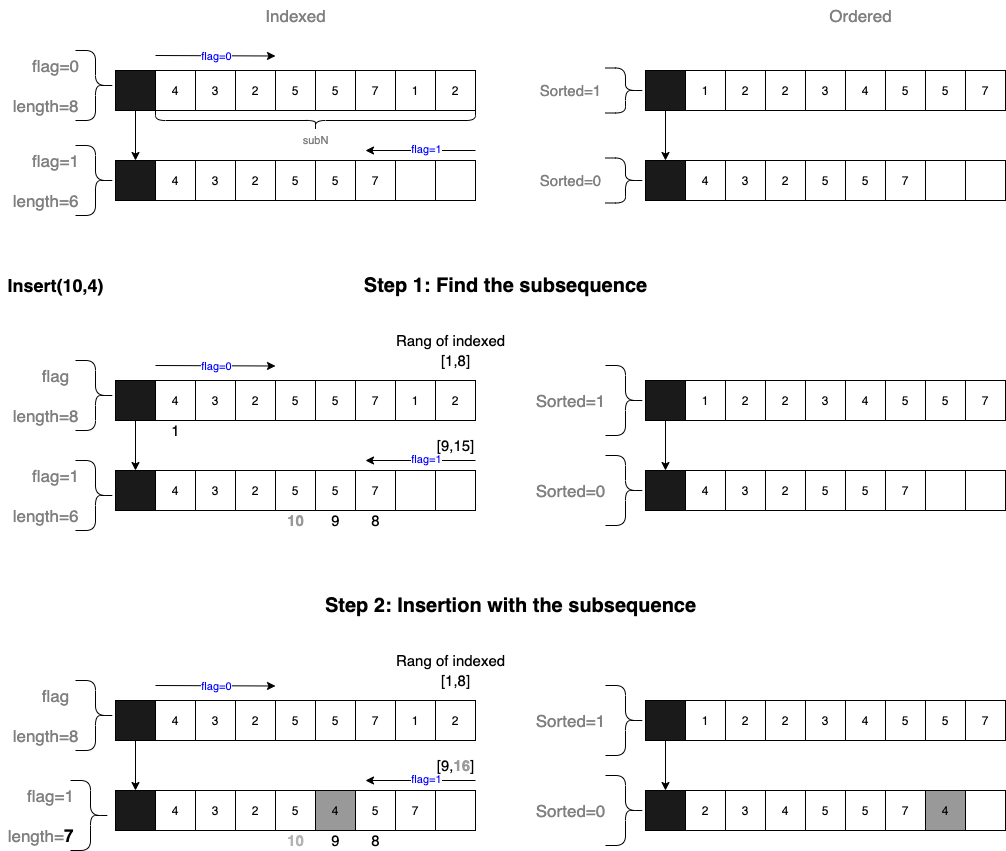
The draw.io diagram img/insert.png in stevengogogo/DSA-KLeastElement, before a commit. Source tidied: cells renumbered, new cells last; positions are measured from the earlier drawing's top-left corner, leaving out a move shared by most shapes.
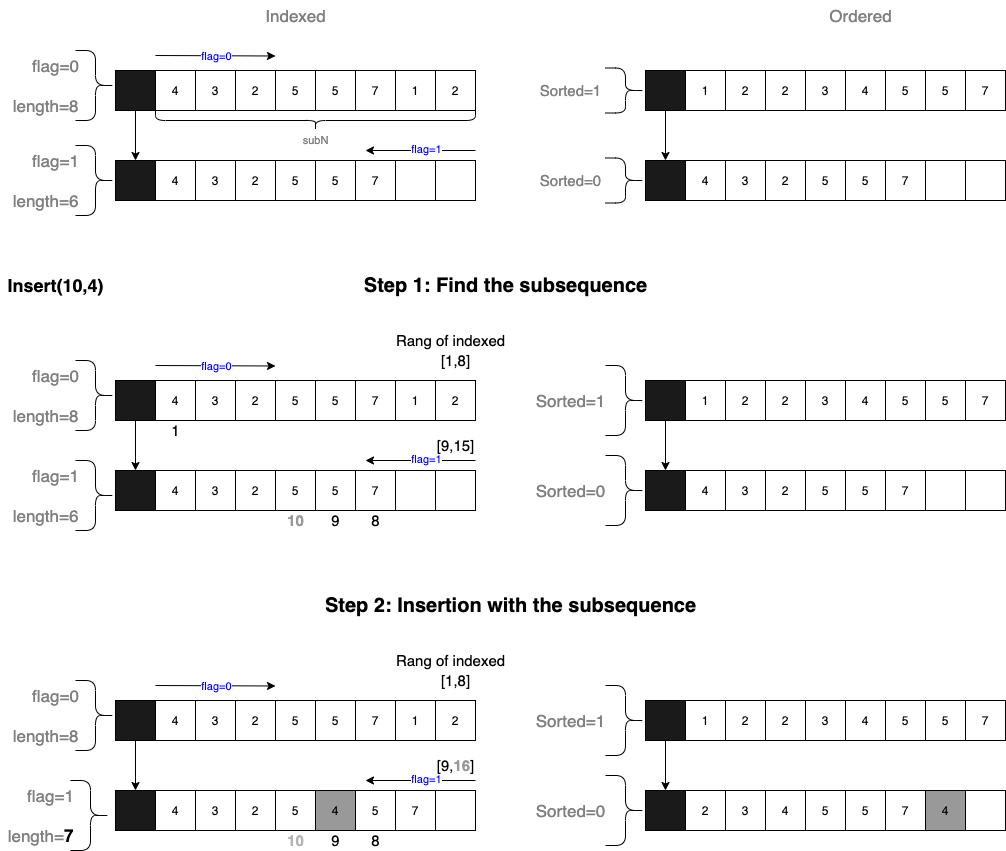
Above is the later version.

The edit, as a diff of the source:
```diff
@@ -295,8 +295,8 @@
     <mxCell id="96" style="shape=curlyBracket;whiteSpace=wrap;html=1;rounded=1;flipH=1;fontSize=17;fontColor=#0000FF;" parent="1" vertex="1">
       <mxGeometry x="75" y="400" width="40" height="70" as="geometry" />
     </mxCell>
-    <mxCell id="97" value="flag" style="text;html=1;align=center;verticalAlign=middle;strokeColor=none;fontSize=17;fontColor=#808080;" parent="1" vertex="1">
-      <mxGeometry x="35" y="400" width="40" height="30" as="geometry" />
+    <mxCell id="97" value="flag=0" style="text;html=1;align=center;verticalAlign=middle;strokeColor=none;fontSize=17;fontColor=#808080;" parent="1" vertex="1">
+      <mxGeometry x="25" y="400" width="60" height="30" as="geometry" />
     </mxCell>
     <mxCell id="98" style="whiteSpace=wrap;html=1;fillColor=#1A1A1A;" parent="1" vertex="1">
       <mxGeometry x="115" y="420" width="40" height="40" as="geometry" />
@@ -480,8 +480,8 @@
     <mxCell id="155" style="shape=curlyBracket;whiteSpace=wrap;html=1;rounded=1;flipH=1;fontSize=17;fontColor=#0000FF;" parent="1" vertex="1">
       <mxGeometry x="75" y="720" width="40" height="70" as="geometry" />
     </mxCell>
-    <mxCell id="156" value="flag" style="text;html=1;align=center;verticalAlign=middle;strokeColor=none;fontSize=17;fontColor=#808080;" parent="1" vertex="1">
-      <mxGeometry x="35" y="720" width="40" height="30" as="geometry" />
+    <mxCell id="156" value="flag=0" style="text;html=1;align=center;verticalAlign=middle;strokeColor=none;fontSize=17;fontColor=#808080;" parent="1" vertex="1">
+      <mxGeometry x="25" y="720" width="60" height="30" as="geometry" />
     </mxCell>
     <mxCell id="157" style="whiteSpace=wrap;html=1;fillColor=#1A1A1A;" parent="1" vertex="1">
       <mxGeometry x="115" y="740" width="40" height="40" as="geometry" />
```
